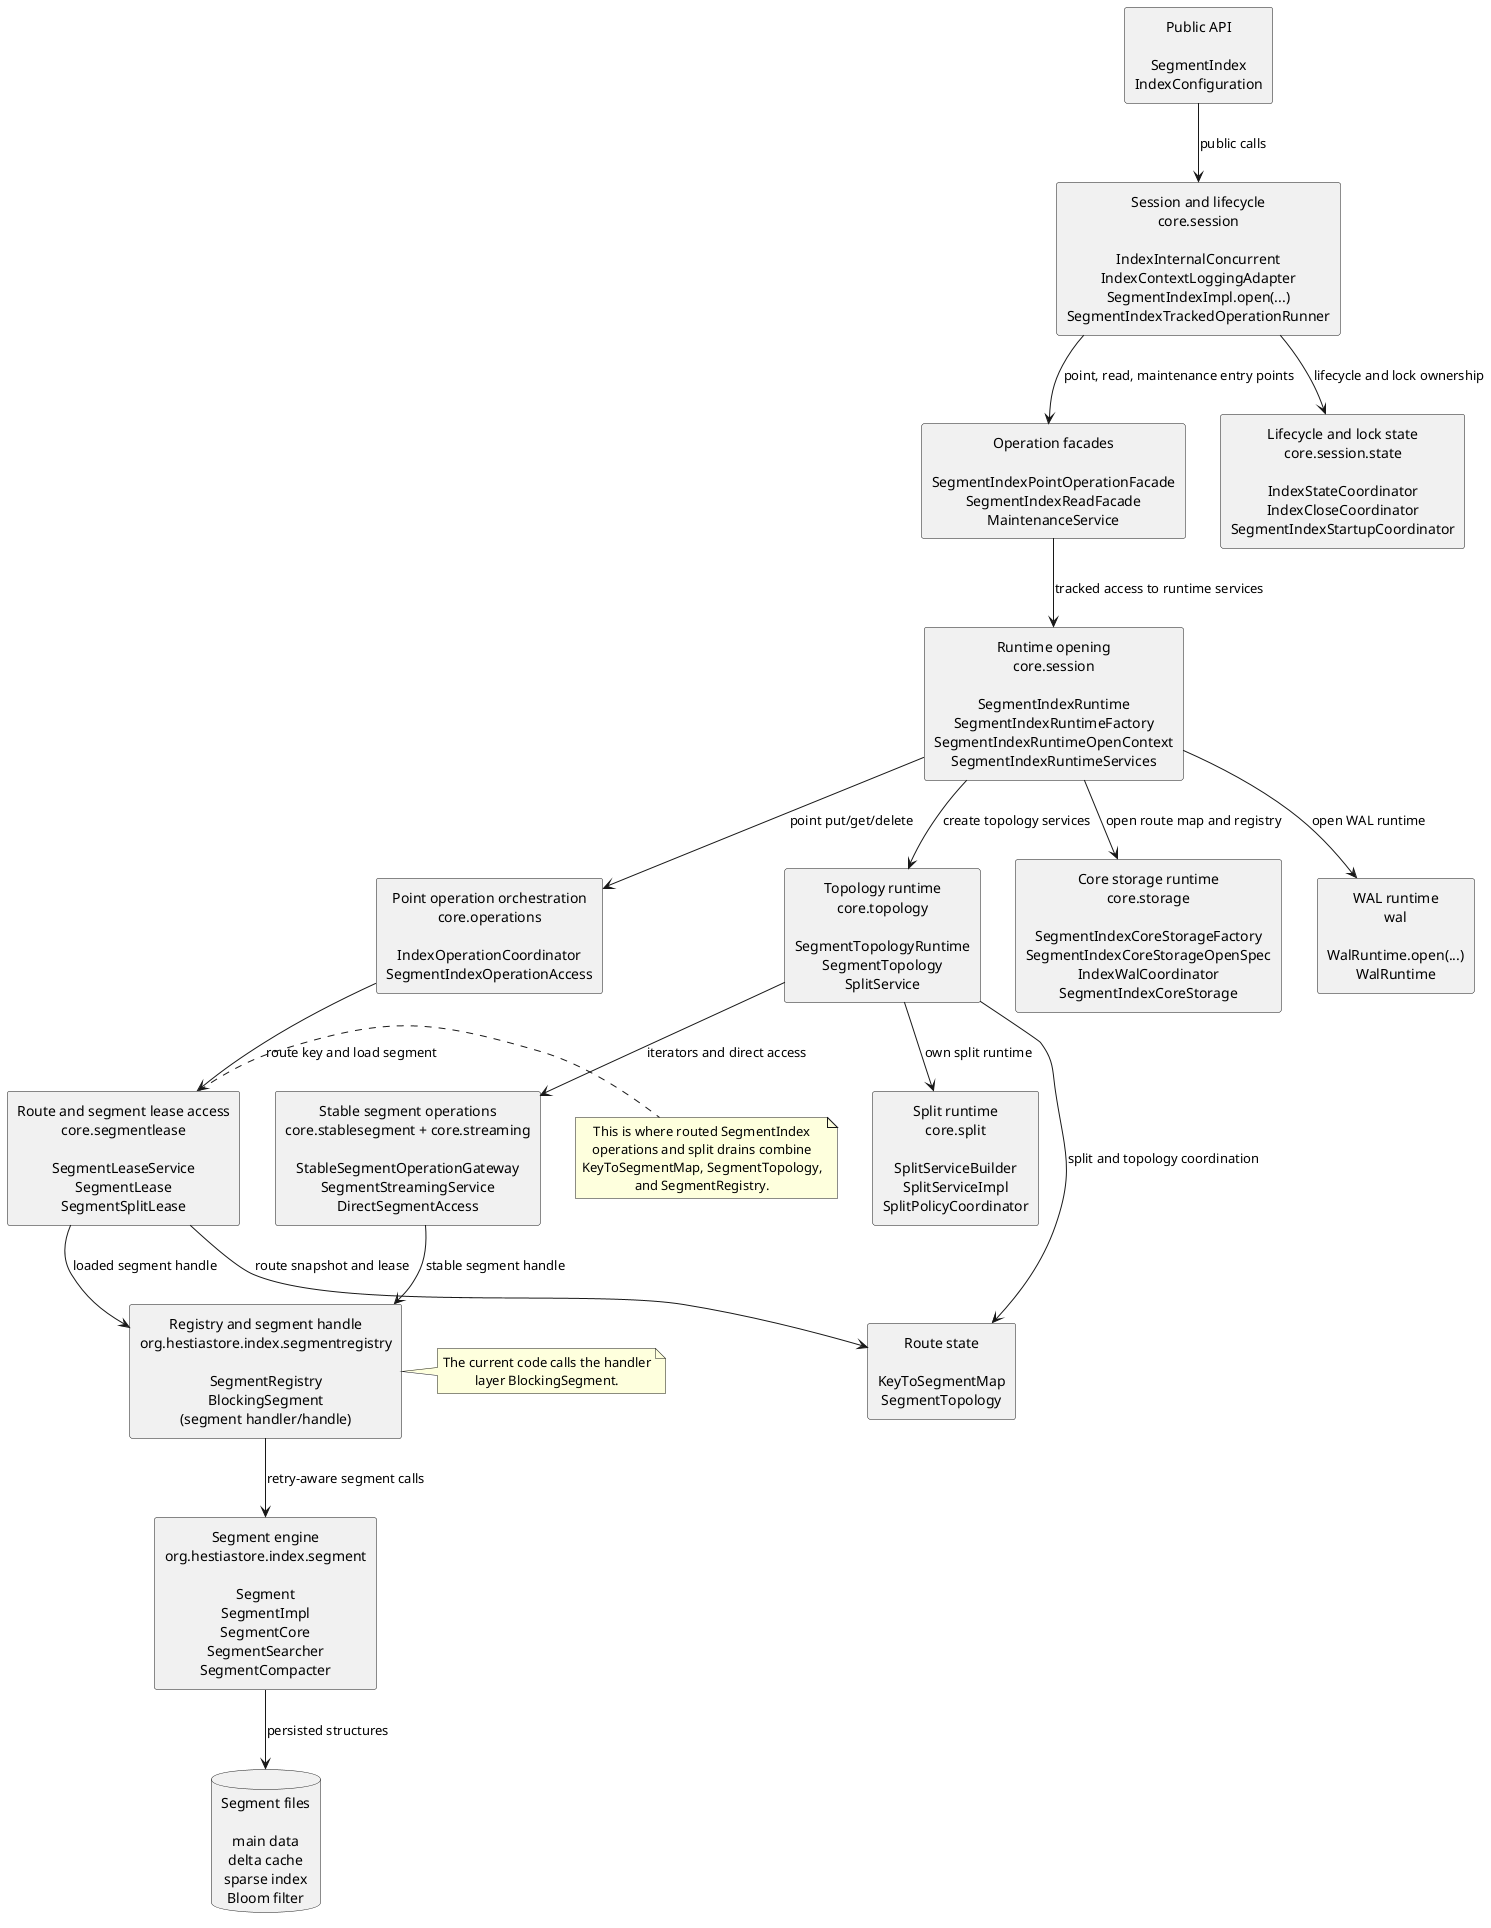
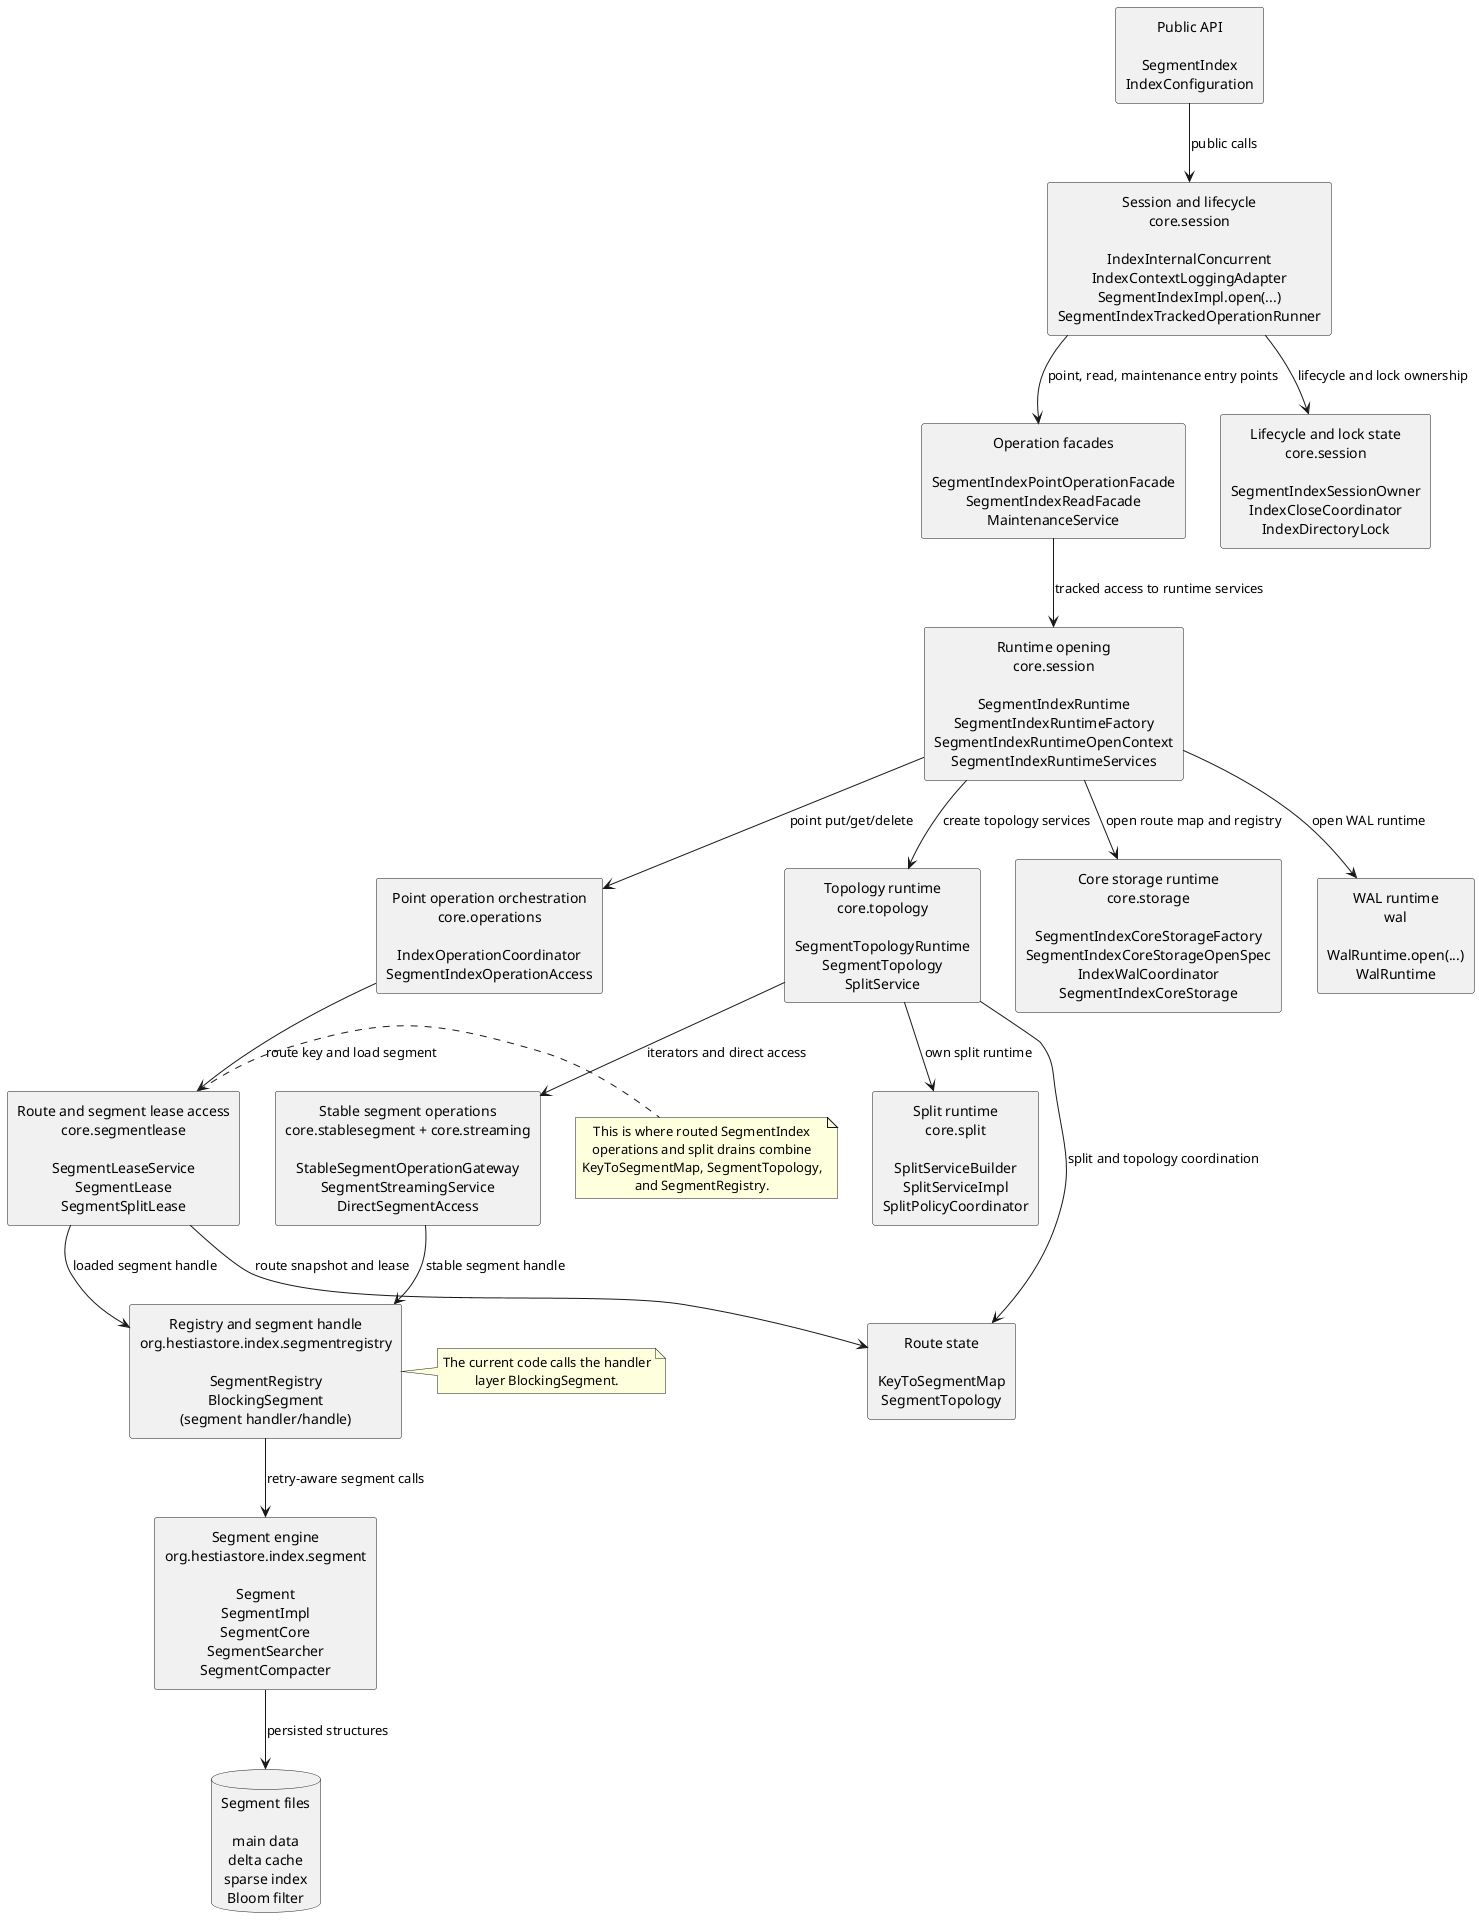
@startuml implementation-layers
skinparam componentStyle rectangle
skinparam shadowing false
skinparam defaultTextAlignment center
top to bottom direction

component "Public API\n\nSegmentIndex\nIndexConfiguration" as API

component "Session and lifecycle\ncore.session\n\nIndexInternalConcurrent\nIndexContextLoggingAdapter\nSegmentIndexImpl.open(...)\nSegmentIndexTrackedOperationRunner" as SESSION

- component "Lifecycle and lock state\ncore.session.state\n\nIndexStateCoordinator\nIndexCloseCoordinator\nSegmentIndexStartupCoordinator" as SESSION_STATE
+ component "Lifecycle and lock state\ncore.session\n\nSegmentIndexSessionOwner\nIndexCloseCoordinator\nIndexDirectoryLock" as SESSION_STATE

component "Operation facades\n\nSegmentIndexPointOperationFacade\nSegmentIndexReadFacade\nMaintenanceService" as FACADES

component "Runtime opening\ncore.session\n\nSegmentIndexRuntime\nSegmentIndexRuntimeFactory\nSegmentIndexRuntimeOpenContext\nSegmentIndexRuntimeServices" as RUNTIME

component "Topology runtime\ncore.topology\n\nSegmentTopologyRuntime\nSegmentTopology\nSplitService" as TOPOLOGY_RUNTIME

component "Core storage runtime\ncore.storage\n\nSegmentIndexCoreStorageFactory\nSegmentIndexCoreStorageOpenSpec\nIndexWalCoordinator\nSegmentIndexCoreStorage" as CORE_STORAGE

component "Split runtime\ncore.split\n\nSplitServiceBuilder\nSplitServiceImpl\nSplitPolicyCoordinator" as SPLIT_RUNTIME

component "WAL runtime\nwal\n\nWalRuntime.open(...)\nWalRuntime" as WAL_RUNTIME

component "Point operation orchestration\ncore.operations\n\nIndexOperationCoordinator\nSegmentIndexOperationAccess" as OPERATIONS

component "Route and segment lease access\ncore.segmentlease\n\nSegmentLeaseService\nSegmentLease\nSegmentSplitLease" as ACCESS

component "Stable segment operations\ncore.stablesegment + core.streaming\n\nStableSegmentOperationGateway\nSegmentStreamingService\nDirectSegmentAccess" as STABLE_ACCESS

component "Route state\n\nKeyToSegmentMap\nSegmentTopology" as ROUTE

component "Registry and segment handle\norg.hestiastore.index.segmentregistry\n\nSegmentRegistry\nBlockingSegment\n(segment handler/handle)" as REGISTRY

component "Segment engine\norg.hestiastore.index.segment\n\nSegment\nSegmentImpl\nSegmentCore\nSegmentSearcher\nSegmentCompacter" as SEGMENT

database "Segment files\n\nmain data\ndelta cache\nsparse index\nBloom filter" as FILES

API --> SESSION : public calls
SESSION --> SESSION_STATE : lifecycle and lock ownership
SESSION --> FACADES : point, read, maintenance entry points
FACADES --> RUNTIME : tracked access to runtime services
RUNTIME --> CORE_STORAGE : open route map and registry
RUNTIME --> TOPOLOGY_RUNTIME : create topology services
TOPOLOGY_RUNTIME --> SPLIT_RUNTIME : own split runtime
RUNTIME --> WAL_RUNTIME : open WAL runtime
RUNTIME --> OPERATIONS : point put/get/delete
OPERATIONS --> ACCESS : route key and load segment
TOPOLOGY_RUNTIME --> STABLE_ACCESS : iterators and direct access
ACCESS --> REGISTRY : loaded segment handle
STABLE_ACCESS --> REGISTRY : stable segment handle
REGISTRY --> SEGMENT : retry-aware segment calls
SEGMENT --> FILES : persisted structures

ACCESS --> ROUTE : route snapshot and lease
TOPOLOGY_RUNTIME --> ROUTE : split and topology coordination

note right of ACCESS
This is where routed SegmentIndex
operations and split drains combine
KeyToSegmentMap, SegmentTopology,
and SegmentRegistry.
end note

note right of REGISTRY
The current code calls the handler
layer BlockingSegment.
end note

@enduml
